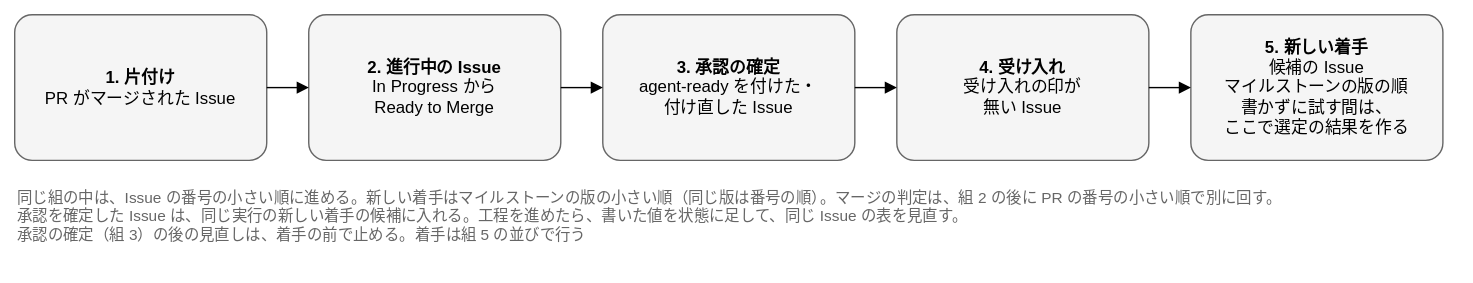
Joymerrevent/dev-autopilot keeps this draw.io diagram as docs/design/basic/diagrams/02-issue-order.drawio.svg. Above is the earlier version. Source tidied: cells renumbered, new cells last; positions are measured from the earlier drawing's top-left corner, leaving out a move shared by most shapes.
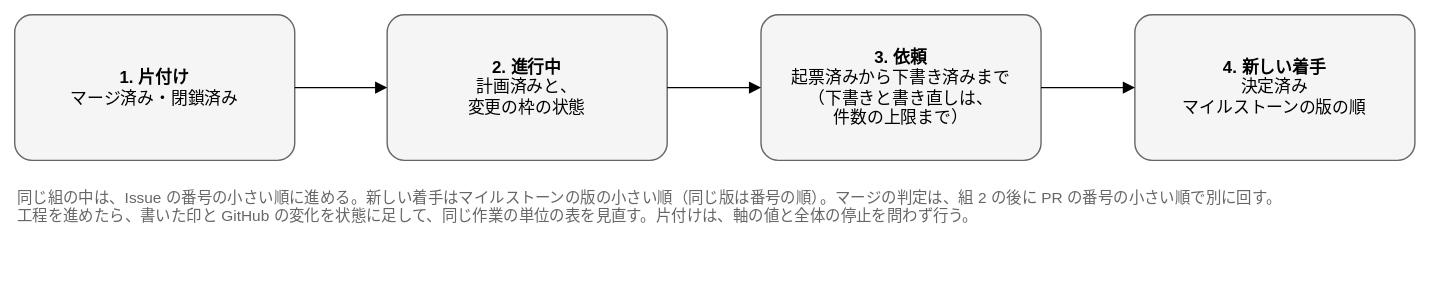
After the commit.

Diff of the diagram source:
```diff
@@ -2,34 +2,28 @@
   <root>
     <mxCell id="0" />
     <mxCell id="1" parent="0" />
-    <mxCell id="2" value="&lt;b&gt;1. 片付け&lt;/b&gt;&lt;br&gt;PR がマージされた Issue" style="rounded=1;whiteSpace=wrap;html=1;fontSize=12;arcSize=12;spacing=12;fillColor=#f5f5f5;strokeColor=#666666;" parent="1" vertex="1">
-      <mxGeometry width="180" height="104" as="geometry" />
+    <mxCell id="2" value="&lt;b&gt;1. 片付け&lt;/b&gt;&lt;br&gt;マージ済み・閉鎖済み" style="rounded=1;whiteSpace=wrap;html=1;fontSize=12;arcSize=12;spacing=12;fillColor=#f5f5f5;strokeColor=#666666;" parent="1" vertex="1">
+      <mxGeometry width="200" height="104" as="geometry" />
     </mxCell>
-    <mxCell id="3" value="&lt;b&gt;2. 進行中の Issue&lt;/b&gt;&lt;br&gt;In Progress から&lt;br&gt;Ready to Merge" style="rounded=1;whiteSpace=wrap;html=1;fontSize=12;arcSize=12;spacing=12;fillColor=#f5f5f5;strokeColor=#666666;" parent="1" vertex="1">
-      <mxGeometry x="210" width="180" height="104" as="geometry" />
+    <mxCell id="3" value="&lt;b&gt;2. 進行中&lt;/b&gt;&lt;br&gt;計画済みと、&lt;br&gt;変更の枠の状態" style="rounded=1;whiteSpace=wrap;html=1;fontSize=12;arcSize=12;spacing=12;fillColor=#f5f5f5;strokeColor=#666666;" parent="1" vertex="1">
+      <mxGeometry x="266" width="200" height="104" as="geometry" />
     </mxCell>
     <mxCell id="4" style="edgeStyle=orthogonalEdgeStyle;rounded=1;html=1;endArrow=block;endFill=1;fontSize=11;labelBackgroundColor=#ffffff;exitX=1;exitY=0.5;exitDx=0;exitDy=0;entryX=0;entryY=0.5;entryDx=0;entryDy=0;" parent="1" edge="1" source="2" target="3">
       <mxGeometry relative="1" as="geometry" />
     </mxCell>
-    <mxCell id="5" value="&lt;b&gt;3. 承認の確定&lt;/b&gt;&lt;br&gt;agent-ready を付けた・&lt;br&gt;付け直した Issue" style="rounded=1;whiteSpace=wrap;html=1;fontSize=12;arcSize=12;spacing=12;fillColor=#f5f5f5;strokeColor=#666666;" parent="1" vertex="1">
-      <mxGeometry x="420" width="180" height="104" as="geometry" />
+    <mxCell id="5" value="&lt;b&gt;3. 依頼&lt;/b&gt;&lt;br&gt;起票済みから下書き済みまで&lt;br&gt;（下書きと書き直しは、&lt;br&gt;件数の上限まで）" style="rounded=1;whiteSpace=wrap;html=1;fontSize=12;arcSize=12;spacing=12;fillColor=#f5f5f5;strokeColor=#666666;" parent="1" vertex="1">
+      <mxGeometry x="533" width="200" height="104" as="geometry" />
     </mxCell>
     <mxCell id="6" style="edgeStyle=orthogonalEdgeStyle;rounded=1;html=1;endArrow=block;endFill=1;fontSize=11;labelBackgroundColor=#ffffff;exitX=1;exitY=0.5;exitDx=0;exitDy=0;entryX=0;entryY=0.5;entryDx=0;entryDy=0;" parent="1" edge="1" source="3" target="5">
       <mxGeometry relative="1" as="geometry" />
     </mxCell>
-    <mxCell id="7" value="&lt;b&gt;4. 受け入れ&lt;/b&gt;&lt;br&gt;受け入れの印が&lt;br&gt;無い Issue" style="rounded=1;whiteSpace=wrap;html=1;fontSize=12;arcSize=12;spacing=12;fillColor=#f5f5f5;strokeColor=#666666;" parent="1" vertex="1">
-      <mxGeometry x="630" width="180" height="104" as="geometry" />
+    <mxCell id="7" value="&lt;b&gt;4. 新しい着手&lt;/b&gt;&lt;br&gt;決定済み&lt;br&gt;マイルストーンの版の順" style="rounded=1;whiteSpace=wrap;html=1;fontSize=12;arcSize=12;spacing=12;fillColor=#f5f5f5;strokeColor=#666666;" parent="1" vertex="1">
+      <mxGeometry x="800" width="200" height="104" as="geometry" />
     </mxCell>
     <mxCell id="8" style="edgeStyle=orthogonalEdgeStyle;rounded=1;html=1;endArrow=block;endFill=1;fontSize=11;labelBackgroundColor=#ffffff;exitX=1;exitY=0.5;exitDx=0;exitDy=0;entryX=0;entryY=0.5;entryDx=0;entryDy=0;" parent="1" edge="1" source="5" target="7">
       <mxGeometry relative="1" as="geometry" />
     </mxCell>
-    <mxCell id="9" value="&lt;b&gt;5. 新しい着手&lt;/b&gt;&lt;br&gt;候補の Issue&lt;br&gt;マイルストーンの版の順&lt;br&gt;書かずに試す間は、&lt;br&gt;ここで選定の結果を作る" style="rounded=1;whiteSpace=wrap;html=1;fontSize=12;arcSize=12;spacing=12;fillColor=#f5f5f5;strokeColor=#666666;" parent="1" vertex="1">
-      <mxGeometry x="840" width="180" height="104" as="geometry" />
-    </mxCell>
-    <mxCell id="10" style="edgeStyle=orthogonalEdgeStyle;rounded=1;html=1;endArrow=block;endFill=1;fontSize=11;labelBackgroundColor=#ffffff;exitX=1;exitY=0.5;exitDx=0;exitDy=0;entryX=0;entryY=0.5;entryDx=0;entryDy=0;" parent="1" edge="1" source="7" target="9">
-      <mxGeometry relative="1" as="geometry" />
-    </mxCell>
-    <mxCell id="11" value="同じ組の中は、Issue の番号の小さい順に進める。新しい着手はマイルストーンの版の小さい順（同じ版は番号の順）。マージの判定は、組 2 の後に PR の番号の小さい順で別に回す。&lt;br&gt;承認を確定した Issue は、同じ実行の新しい着手の候補に入れる。工程を進めたら、書いた値を状態に足して、同じ Issue の表を見直す。&lt;br&gt;承認の確定（組 3）の後の見直しは、着手の前で止める。着手は組 5 の並びで行う" style="text;html=1;whiteSpace=wrap;align=left;verticalAlign=top;fontSize=11;fontColor=#666666;" parent="1" vertex="1">
+    <mxCell id="11" value="同じ組の中は、Issue の番号の小さい順に進める。新しい着手はマイルストーンの版の小さい順（同じ版は番号の順）。マージの判定は、組 2 の後に PR の番号の小さい順で別に回す。&lt;br&gt;工程を進めたら、書いた印と GitHub の変化を状態に足して、同じ作業の単位の表を見直す。片付けは、軸の値と全体の停止を問わず行う。" style="text;html=1;whiteSpace=wrap;align=left;verticalAlign=top;fontSize=11;fontColor=#666666;" parent="1" vertex="1">
       <mxGeometry y="118" width="1000" height="52" as="geometry" />
     </mxCell>
   </root>
```
